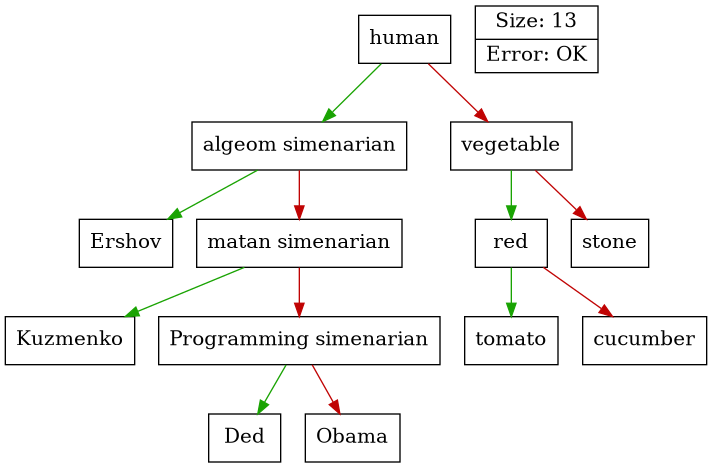
This is tree_image.png from apselon/Akinator, a Graphviz export, as it was before one commit. Its source is kept beside it as tree_image.dot.
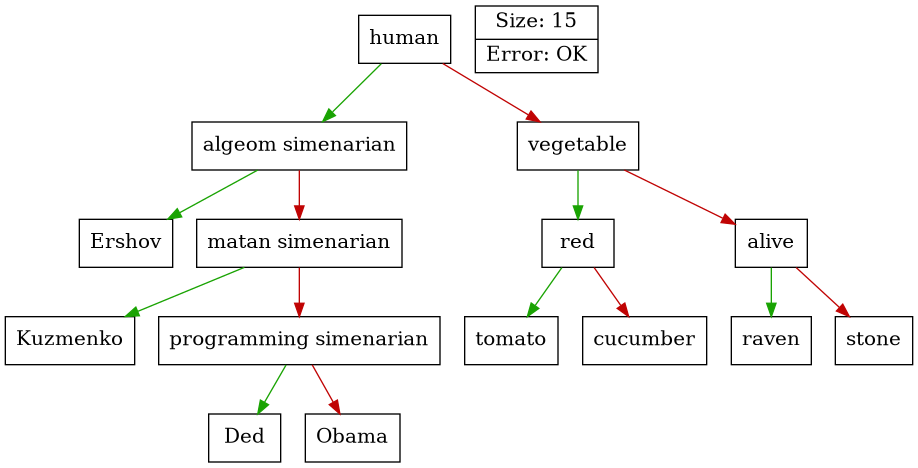
After the change.

The edit, as a diff of the source:
```diff
@@ -1,55 +1,63 @@
 digraph List {
 	node [shape="record", fontsize=15] ;
 	rankdir=TB;
-	"0x5596a27f3810" [label = "{Ershov}"]
-	"0x5596a27f33c0" [label = "{Kuzmenko}"]
-	"0x5596a27f31a0" [label = "{Ded}"]
-	"0x5596a27f30c0" [label = "{Obama}"]
-	"0x5596a27f3280" [label = "{Programming simenarian}"]
-	"0x5596a27f37a0" [label = "{matan simenarian}"]
-	"0x5596a27f3ba0" [label = "{algeom simenarian}"]
-	"0x5596a27f3320" [label = "{tomato}"]
-	"0x5596a27f4080" [label = "{cucumber}"]
-	"0x5596a27f3210" [label = "{red}"]
-	"0x5596a27f4120" [label = "{stone}"]
-	"0x5596a27f3130" [label = "{vegetable}"]
-	"0x5596a27f3000" [label = "{human}"]
+	"0x556235778a10" [label = "{Ershov}"]
+	"0x556235778b50" [label = "{Kuzmenko}"]
+	"0x556235778c90" [label = "{Ded}"]
+	"0x556235778d30" [label = "{Obama}"]
+	"0x556235778bf0" [label = "{programming simenarian}"]
+	"0x556235778ab0" [label = "{matan simenarian}"]
+	"0x556235778970" [label = "{algeom simenarian}"]
+	"0x556235778f10" [label = "{tomato}"]
+	"0x556235778fb0" [label = "{cucumber}"]
+	"0x556235778e70" [label = "{red}"]
+	"0x5562357790f0" [label = "{raven}"]
+	"0x556235779190" [label = "{stone}"]
+	"0x556235779050" [label = "{alive}"]
+	"0x556235778dd0" [label = "{vegetable}"]
+	"0x5562357778c0" [label = "{human}"]
 	edge [color = "#19A302"] ;
-	"0x5596a27f3000" -> "0x5596a27f3ba0";
+	"0x5562357778c0" -> "0x556235778970";
 	edge [color = "#19A302"] ;
-	"0x5596a27f3ba0" -> "0x5596a27f3810";
+	"0x556235778970" -> "0x556235778a10";
 	edge [color = "#19A302"] ;
 	edge [color = "#C00303"] ;
 	edge [color = "#C00303"] ;
-	"0x5596a27f3ba0" -> "0x5596a27f37a0";
+	"0x556235778970" -> "0x556235778ab0";
 	edge [color = "#19A302"] ;
-	"0x5596a27f37a0" -> "0x5596a27f33c0";
+	"0x556235778ab0" -> "0x556235778b50";
 	edge [color = "#19A302"] ;
 	edge [color = "#C00303"] ;
 	edge [color = "#C00303"] ;
-	"0x5596a27f37a0" -> "0x5596a27f3280";
+	"0x556235778ab0" -> "0x556235778bf0";
 	edge [color = "#19A302"] ;
-	"0x5596a27f3280" -> "0x5596a27f31a0";
+	"0x556235778bf0" -> "0x556235778c90";
 	edge [color = "#19A302"] ;
 	edge [color = "#C00303"] ;
 	edge [color = "#C00303"] ;
-	"0x5596a27f3280" -> "0x5596a27f30c0";
+	"0x556235778bf0" -> "0x556235778d30";
 	edge [color = "#19A302"] ;
 	edge [color = "#C00303"] ;
 	edge [color = "#C00303"] ;
-	"0x5596a27f3000" -> "0x5596a27f3130";
+	"0x5562357778c0" -> "0x556235778dd0";
 	edge [color = "#19A302"] ;
-	"0x5596a27f3130" -> "0x5596a27f3210";
+	"0x556235778dd0" -> "0x556235778e70";
 	edge [color = "#19A302"] ;
-	"0x5596a27f3210" -> "0x5596a27f3320";
+	"0x556235778e70" -> "0x556235778f10";
 	edge [color = "#19A302"] ;
 	edge [color = "#C00303"] ;
 	edge [color = "#C00303"] ;
-	"0x5596a27f3210" -> "0x5596a27f4080";
+	"0x556235778e70" -> "0x556235778fb0";
 	edge [color = "#19A302"] ;
 	edge [color = "#C00303"] ;
 	edge [color = "#C00303"] ;
-	"0x5596a27f3130" -> "0x5596a27f4120";
+	"0x556235778dd0" -> "0x556235779050";
+	edge [color = "#19A302"] ;
+	"0x556235779050" -> "0x5562357790f0";
 	edge [color = "#19A302"] ;
 	edge [color = "#C00303"] ;
-info [label = "{Size: 13 | Error: OK}"]}
+	edge [color = "#C00303"] ;
+	"0x556235779050" -> "0x556235779190";
+	edge [color = "#19A302"] ;
+	edge [color = "#C00303"] ;
+info [label = "{Size: 15 | Error: OK}"]}
```
